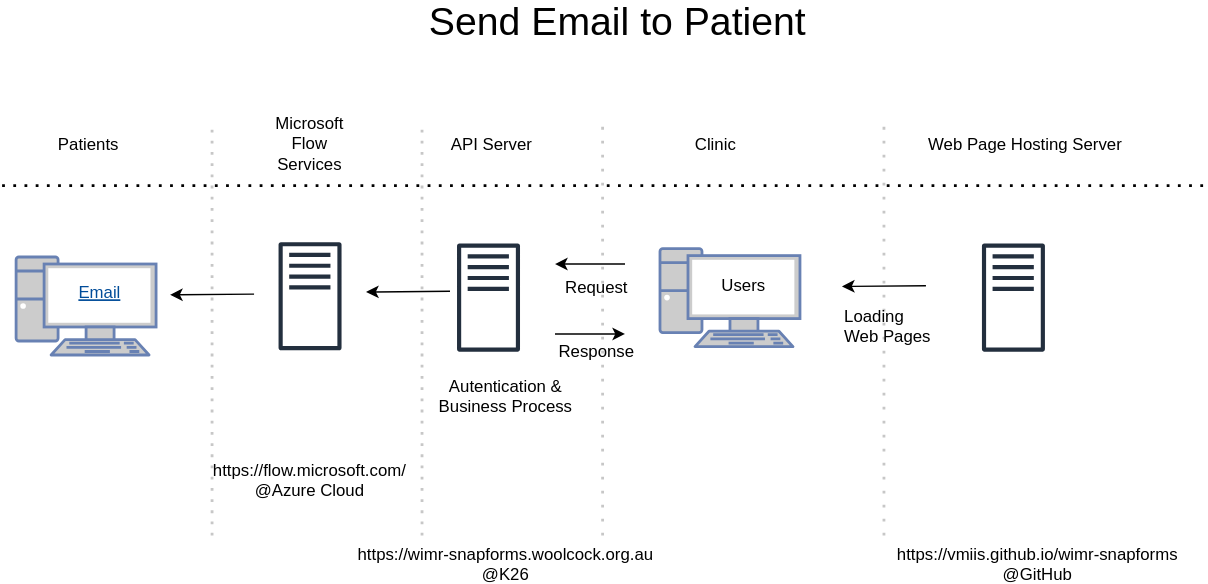
The draw.io diagram modules/business/diagram/page.svg in jsparkes-wimr/wimr-snapforms, before a commit. Source tidied: cells renumbered, new cells last; positions are measured from the earlier drawing's top-left corner, leaving out a move shared by most shapes.
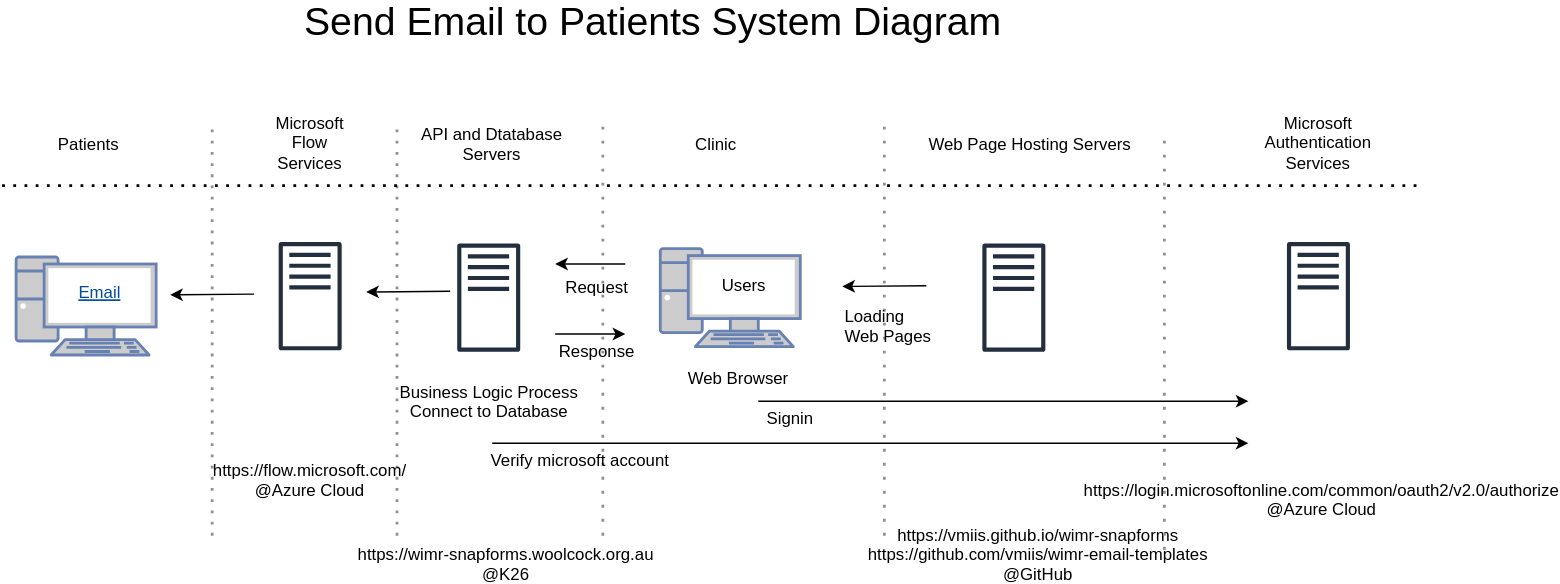
After the commit.

Diff of the diagram source:
```diff
@@ -2,19 +2,19 @@
   <root>
     <mxCell id="0" />
     <mxCell id="1" parent="0" />
-    <mxCell id="2" value="Send Email to Patient" style="text;strokeColor=none;fillColor=none;align=center;verticalAlign=middle;rounded=0;fontSize=28;" parent="1" vertex="1">
-      <mxGeometry x="420" width="40" height="20" as="geometry" />
+    <mxCell id="2" value="Send Email to Patients System Diagram" style="text;strokeColor=none;fillColor=none;align=center;verticalAlign=middle;rounded=0;fontSize=28;" parent="1" vertex="1">
+      <mxGeometry x="445" width="40" height="20" as="geometry" />
     </mxCell>
-    <mxCell id="3" style="endArrow=none;dashed=1;html=1;dashPattern=1 3;strokeWidth=2;fontColor=#ABABAB;strokeColor=#C7C7C7;" parent="1" edge="1">
+    <mxCell id="3" style="endArrow=none;dashed=1;html=1;dashPattern=1 3;strokeWidth=2;fontColor=#ABABAB;strokeColor=#919191;" parent="1" edge="1">
       <mxGeometry relative="1" as="geometry">
         <mxPoint x="150" y="380" as="sourcePoint" />
         <mxPoint x="150" y="90" as="targetPoint" />
       </mxGeometry>
     </mxCell>
-    <mxCell id="4" style="endArrow=none;dashed=1;html=1;dashPattern=1 3;strokeWidth=2;fontColor=#ABABAB;strokeColor=#C7C7C7;" parent="1" edge="1">
+    <mxCell id="4" style="endArrow=none;dashed=1;html=1;dashPattern=1 3;strokeWidth=2;fontColor=#ABABAB;strokeColor=#919191;" parent="1" edge="1">
       <mxGeometry relative="1" as="geometry">
-        <mxPoint x="300" y="380" as="sourcePoint" />
-        <mxPoint x="300" y="90" as="targetPoint" />
+        <mxPoint x="282" y="380" as="sourcePoint" />
+        <mxPoint x="282" y="90" as="targetPoint" />
       </mxGeometry>
     </mxCell>
     <mxCell id="5" value="Microsoft Flow Services" style="text;html=1;strokeColor=none;fillColor=none;align=center;verticalAlign=middle;whiteSpace=wrap;rounded=0;" parent="1" vertex="1">
@@ -35,10 +35,10 @@
     <mxCell id="10" style="endArrow=none;dashed=1;html=1;dashPattern=1 3;strokeWidth=2;fontColor=#004C99;" parent="1" edge="1">
       <mxGeometry relative="1" as="geometry">
         <mxPoint y="130" as="sourcePoint" />
-        <mxPoint x="860" y="130" as="targetPoint" />
+        <mxPoint x="1010" y="130" as="targetPoint" />
       </mxGeometry>
     </mxCell>
-    <mxCell id="11" value="API Server" style="text;strokeColor=none;fillColor=none;align=center;verticalAlign=middle;rounded=0;" parent="1" vertex="1">
+    <mxCell id="11" value="API and Dtatabase&#10;Servers" style="text;strokeColor=none;fillColor=none;align=center;verticalAlign=middle;rounded=0;" parent="1" vertex="1">
       <mxGeometry x="330" y="85" width="40" height="30" as="geometry" />
     </mxCell>
     <mxCell id="12" style="fontColor=#232F3E;gradientColor=none;fillColor=#232F3E;strokeColor=none;dashed=0;verticalLabelPosition=bottom;verticalAlign=top;align=center;html=1;fontSize=12;fontStyle=0;shape=mxgraph.aws4.traditional_server;" parent="1" vertex="1">
@@ -65,7 +65,7 @@
     <mxCell id="17" value="Request" style="text;strokeColor=none;fillColor=none;align=center;verticalAlign=middle;rounded=0;" parent="1" vertex="1">
       <mxGeometry x="405" y="187" width="40" height="30" as="geometry" />
     </mxCell>
-    <mxCell id="18" style="endArrow=none;html=1;strokeWidth=2;dashed=1;dashPattern=1 4;fontColor=#ABABAB;strokeColor=#C7C7C7;" parent="1" edge="1">
+    <mxCell id="18" style="endArrow=none;html=1;strokeWidth=2;dashed=1;dashPattern=1 4;fontColor=#ABABAB;strokeColor=#919191;" parent="1" edge="1">
       <mxGeometry relative="1" as="geometry">
         <mxPoint x="429" y="380" as="sourcePoint" />
         <mxPoint x="429" y="80" as="targetPoint" />
@@ -92,16 +92,16 @@
     <mxCell id="23" value="https://wimr-snapforms.woolcock.org.au&#10;@K26" style="text;strokeColor=none;fillColor=none;align=center;verticalAlign=middle;rounded=0;" parent="1" vertex="1">
       <mxGeometry x="340" y="390" width="40" height="20" as="geometry" />
     </mxCell>
-    <mxCell id="24" style="endArrow=none;html=1;strokeWidth=2;dashed=1;dashPattern=1 4;fontColor=#ABABAB;strokeColor=#C7C7C7;" parent="1" edge="1">
+    <mxCell id="24" style="endArrow=none;html=1;strokeWidth=2;dashed=1;dashPattern=1 4;fontColor=#ABABAB;strokeColor=#919191;" parent="1" edge="1">
       <mxGeometry relative="1" as="geometry">
         <mxPoint x="630" y="380" as="sourcePoint" />
         <mxPoint x="630" y="80" as="targetPoint" />
       </mxGeometry>
     </mxCell>
-    <mxCell id="25" value="Web Page Hosting Server" style="text;strokeColor=none;fillColor=none;align=left;verticalAlign=middle;rounded=0;" parent="1" vertex="1">
+    <mxCell id="25" value="Web Page Hosting Servers" style="text;strokeColor=none;fillColor=none;align=left;verticalAlign=middle;rounded=0;" parent="1" vertex="1">
       <mxGeometry x="660" y="85" width="40" height="30" as="geometry" />
     </mxCell>
-    <mxCell id="26" value="https://vmiis.github.io/wimr-snapforms&#10;@GitHub" style="text;strokeColor=none;fillColor=none;align=center;verticalAlign=middle;rounded=0;" parent="1" vertex="1">
+    <mxCell id="26" value="https://vmiis.github.io/wimr-snapforms&#10;https://github.com/vmiis/wimr-email-templates&#10;@GitHub&#10;" style="text;strokeColor=none;fillColor=none;align=center;verticalAlign=middle;rounded=0;" parent="1" vertex="1">
       <mxGeometry x="720" y="390" width="40" height="20" as="geometry" />
     </mxCell>
     <mxCell id="27" style="fontColor=#232F3E;gradientColor=none;fillColor=#232F3E;strokeColor=none;dashed=0;verticalLabelPosition=bottom;verticalAlign=top;align=center;html=1;fontSize=12;fontStyle=0;shape=mxgraph.aws4.traditional_server;" parent="1" vertex="1">
@@ -113,8 +113,8 @@
         <mxPoint x="600" y="202" as="targetPoint" />
       </mxGeometry>
     </mxCell>
-    <mxCell id="29" value="Autentication &amp;&#10;Business Process" style="text;strokeColor=none;fillColor=none;align=center;verticalAlign=middle;rounded=0;" parent="1" vertex="1">
-      <mxGeometry x="340" y="270" width="40" height="20" as="geometry" />
+    <mxCell id="29" value="Business Logic Process&#10;Connect to Database" style="text;strokeColor=none;fillColor=none;align=center;verticalAlign=middle;rounded=0;" parent="1" vertex="1">
+      <mxGeometry x="328" y="274" width="40" height="20" as="geometry" />
     </mxCell>
     <mxCell id="30" value="Loading &#10;Web Pages" style="text;strokeColor=none;fillColor=none;align=left;verticalAlign=middle;rounded=0;" parent="1" vertex="1">
       <mxGeometry x="600" y="215" width="40" height="30" as="geometry" />
@@ -122,5 +122,41 @@
     <mxCell id="31" value="https://flow.microsoft.com/&#10;@Azure Cloud" style="text;strokeColor=none;fillColor=none;align=center;verticalAlign=middle;rounded=0;" parent="1" vertex="1">
       <mxGeometry x="200" y="330" width="40" height="20" as="geometry" />
     </mxCell>
+    <mxCell id="32" style="endArrow=none;html=1;strokeWidth=2;dashed=1;dashPattern=1 4;fontColor=#ABABAB;strokeColor=#919191;" parent="1" edge="1">
+      <mxGeometry relative="1" as="geometry">
+        <mxPoint x="830" y="390" as="sourcePoint" />
+        <mxPoint x="830" y="90" as="targetPoint" />
+      </mxGeometry>
+    </mxCell>
+    <mxCell id="33" value="Microsoft Authentication Services" style="text;html=1;strokeColor=none;fillColor=none;align=center;verticalAlign=middle;whiteSpace=wrap;rounded=0;" parent="1" vertex="1">
+      <mxGeometry x="920" y="90" width="40" height="20" as="geometry" />
+    </mxCell>
+    <mxCell id="34" style="fontColor=#232F3E;gradientColor=none;fillColor=#232F3E;strokeColor=none;dashed=0;verticalLabelPosition=bottom;verticalAlign=top;align=center;html=1;fontSize=12;fontStyle=0;shape=mxgraph.aws4.traditional_server;" parent="1" vertex="1">
+      <mxGeometry x="917.5" y="170" width="45" height="78" as="geometry" />
+    </mxCell>
+    <mxCell id="35" value="https://login.microsoftonline.com/common/oauth2/v2.0/authorize&#10;@Azure Cloud" style="text;strokeColor=none;fillColor=none;align=center;verticalAlign=middle;rounded=0;" parent="1" vertex="1">
+      <mxGeometry x="922.5" y="344" width="40" height="20" as="geometry" />
+    </mxCell>
+    <mxCell id="36" value="Signin" style="text;strokeColor=none;fillColor=none;align=center;verticalAlign=middle;rounded=0;" parent="1" vertex="1">
+      <mxGeometry x="543" y="281" width="40" height="30" as="geometry" />
+    </mxCell>
+    <mxCell id="37" style="endArrow=classic;html=1;" parent="1" edge="1">
+      <mxGeometry relative="1" as="geometry">
+        <mxPoint x="540" y="284" as="sourcePoint" />
+        <mxPoint x="890" y="284" as="targetPoint" />
+      </mxGeometry>
+    </mxCell>
+    <mxCell id="38" value="Web Browser" style="text;strokeColor=none;fillColor=none;align=center;verticalAlign=middle;rounded=0;" parent="1" vertex="1">
+      <mxGeometry x="506" y="252" width="40" height="30" as="geometry" />
+    </mxCell>
+    <mxCell id="39" value="Verify microsoft account" style="text;strokeColor=none;fillColor=none;align=center;verticalAlign=middle;rounded=0;" parent="1" vertex="1">
+      <mxGeometry x="393" y="311" width="40" height="30" as="geometry" />
+    </mxCell>
+    <mxCell id="40" style="endArrow=classic;html=1;" parent="1" edge="1">
+      <mxGeometry relative="1" as="geometry">
+        <mxPoint x="350" y="314" as="sourcePoint" />
+        <mxPoint x="890" y="314" as="targetPoint" />
+      </mxGeometry>
+    </mxCell>
   </root>
 </mxGraphModel>
```
